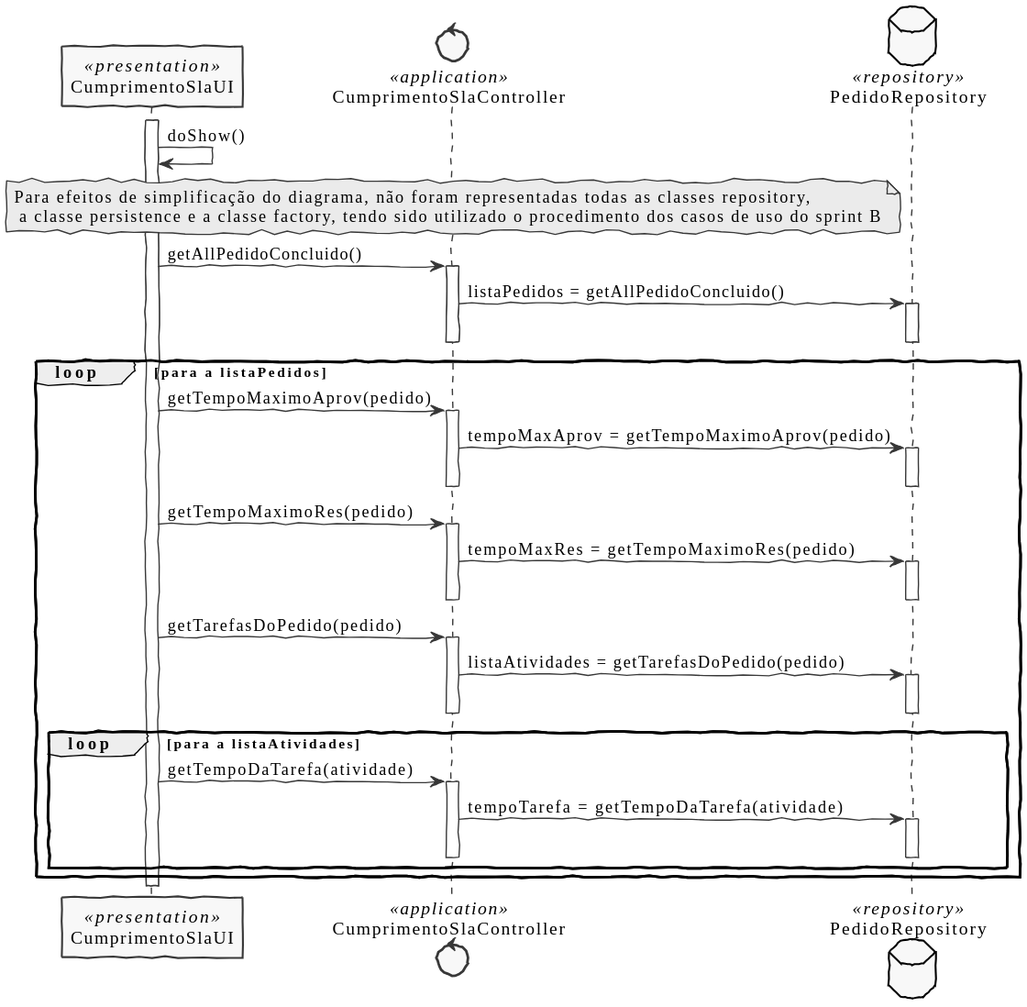
Earlier version of the PlantUML export docs/Sprint D/1190429/US2013/SD2013.svg (pedrolemos4/LAPR4).
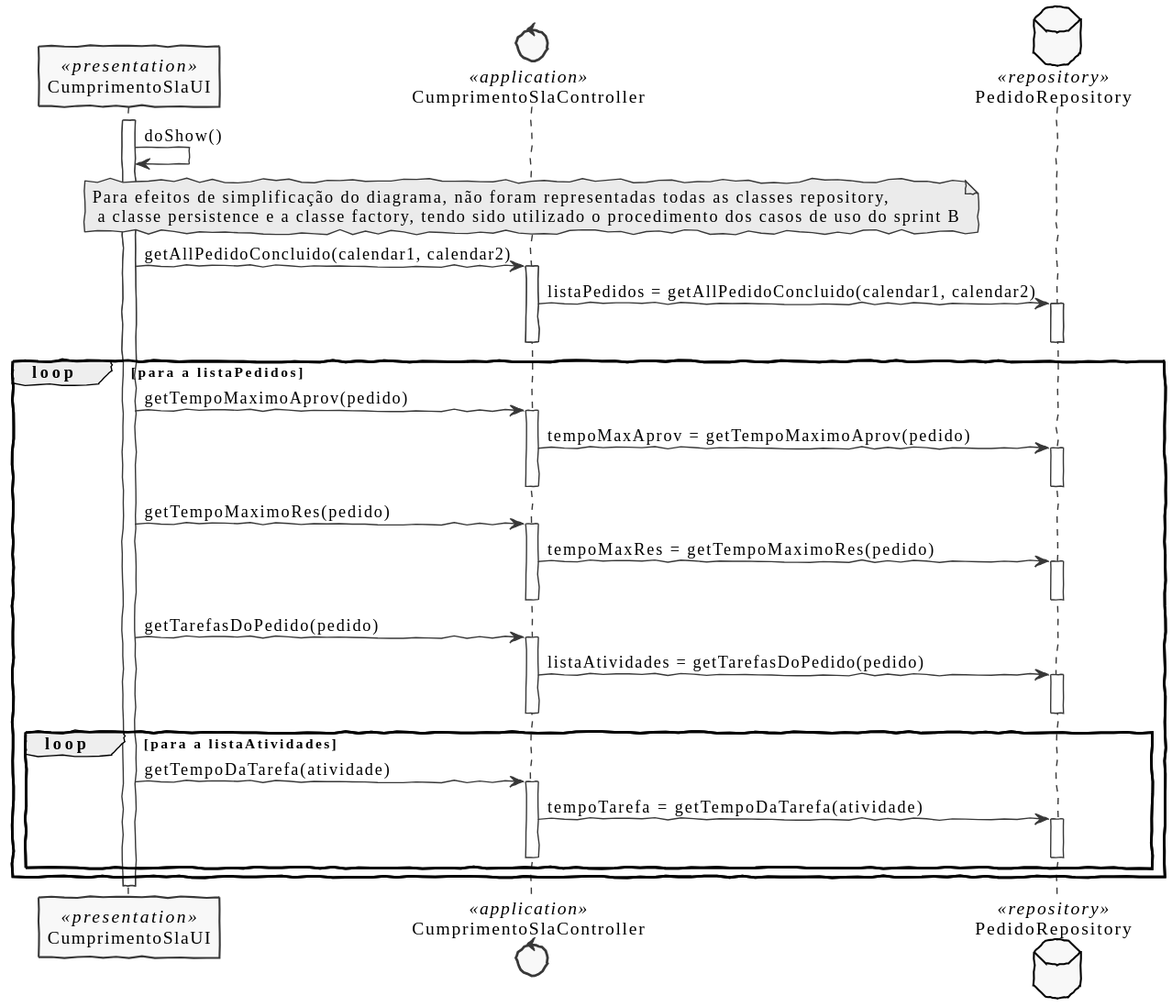
The same file after the commit.

The edit, as a diff of the source:
```diff
@@ -13,9 +13,9 @@
 
 UI -> UI : doShow()
  note over CTRL: Para efeitos de simplificação do diagrama, não foram representadas todas as classes repository,\n a classe persistence e a classe factory, tendo sido utilizado o procedimento dos casos de uso do sprint B
-UI -> CTRL: getAllPedidoConcluido()
+UI -> CTRL: getAllPedidoConcluido(calendar1, calendar2)
     activate CTRL
-    CTRL -> PRepository: listaPedidos = getAllPedidoConcluido()
+    CTRL -> PRepository: listaPedidos = getAllPedidoConcluido(calendar1, calendar2)
       activate PRepository
       deactivate PRepository
     deactivate CTRL
```
